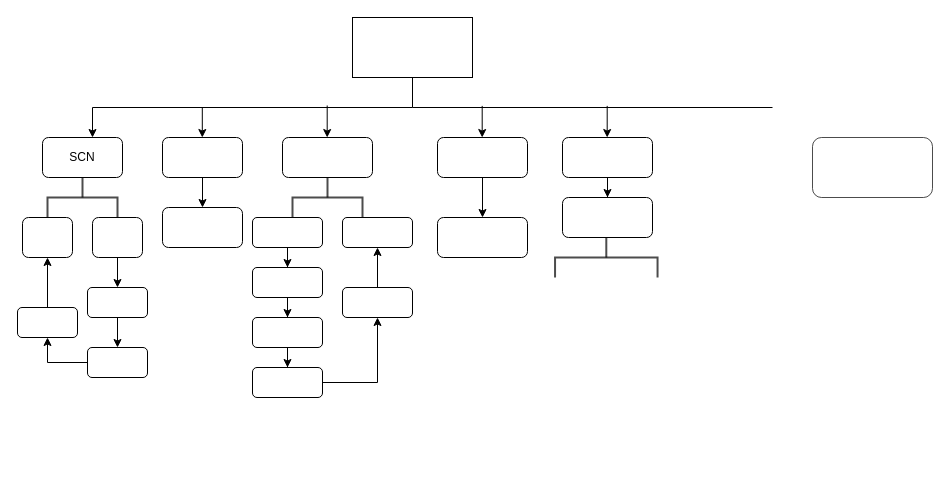
Earlier version of the draw.io diagram Untitled Diagram.drawio (Ericshiqing/Eric). Source tidied: cells renumbered, new cells numbered last; positions are measured from the earlier drawing's top-left corner, leaving out a move shared by most shapes. Both pictures are drawn from the tidied source at 100%, with x=0, y=0 at pixel (17, 17).
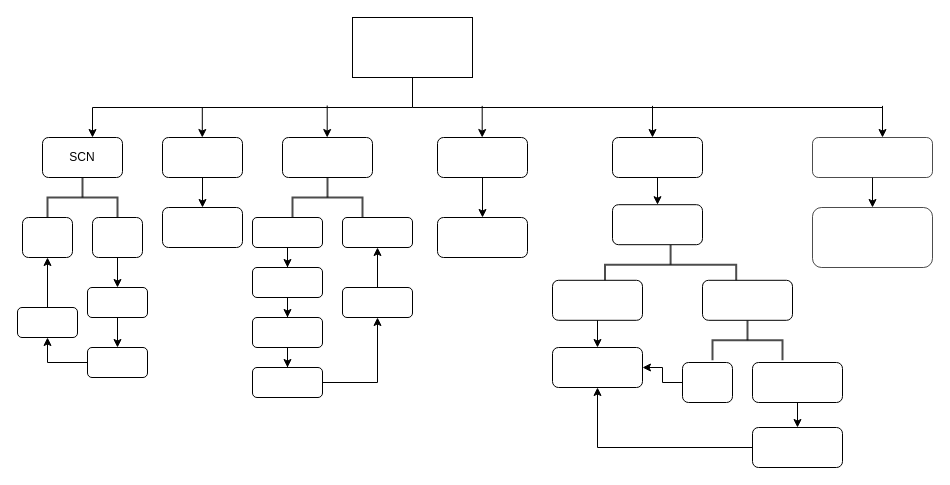
The same diagram, later.

Commit message (it also covers changes not shown here):
Cystic tumourd

What changed in the source:
```diff
@@
+    <mxCell id="49" style="edgeStyle=orthogonalEdgeStyle;rounded=0;jettySize=auto;html=1;" parent="1" edge="1" source="7" target="63">
+      <mxGeometry relative="1" as="geometry" />
+    </mxCell>
     <mxCell id="7" style="rounded=1;whiteSpace=wrap;html=1;opacity=70;" parent="1" vertex="1">
-      <mxGeometry x="795" y="120" width="120" height="60" as="geometry" />
+      <mxGeometry x="795" y="120" width="120" height="40" as="geometry" />
     </mxCell>
@@
     <mxCell id="13" style="rounded=1;whiteSpace=wrap;html=1;" parent="1" vertex="1">
-      <mxGeometry x="545" y="120" width="90" height="40" as="geometry" />
+      <mxGeometry x="595" y="120" width="90" height="40" as="geometry" />
     </mxCell>
@@
     <mxCell id="15" style="endArrow=none;html=1;" parent="1" edge="1">
       <mxGeometry relative="1" as="geometry">
         <mxPoint x="395" y="90" as="sourcePoint" />
-        <mxPoint x="755" y="90" as="targetPoint" />
+        <mxPoint x="865" y="90" as="targetPoint" />
       </mxGeometry>
     </mxCell>
     <mxCell id="16" style="endArrow=classic;html=1;" parent="1" edge="1">
       <mxGeometry relative="1" as="geometry">
-        <mxPoint x="589.7" y="88.4" as="sourcePoint" />
-        <mxPoint x="589.7" y="120" as="targetPoint" />
+        <mxPoint x="635" y="88.4" as="sourcePoint" />
+        <mxPoint x="635" y="120" as="targetPoint" />
       </mxGeometry>
     </mxCell>
@@
     <mxCell id="46" style="group;" parent="1" vertex="1">
-      <mxGeometry x="545" y="180" width="90" height="111.2" as="geometry" />
+      <mxGeometry x="595" y="187.2" width="140" height="155.6" as="geometry" />
     </mxCell>
     <mxCell id="47" style="strokeWidth=2;html=1;shape=mxgraph.flowchart.annotation_2;align=left;labelPosition=right;opacity=70;rotation=90;" parent="46" vertex="1">
-      <mxGeometry x="23.8" y="8.8" width="40" height="102.5" as="geometry" />
+      <mxGeometry x="38.1" y="-5.6" width="40" height="131.2" as="geometry" />
     </mxCell>
@@
+    <mxCell id="50" style="rounded=1;whiteSpace=wrap;html=1;" parent="46" vertex="1">
+      <mxGeometry x="-60" y="75.6" width="90" height="40" as="geometry" />
+    </mxCell>
+    <mxCell id="51" style="group;" parent="46" vertex="1">
+      <mxGeometry x="90" y="75.6" width="90" height="80" as="geometry" />
+    </mxCell>
+    <mxCell id="52" style="strokeWidth=2;html=1;shape=mxgraph.flowchart.annotation_2;align=left;labelPosition=right;opacity=70;rotation=90;" parent="51" vertex="1">
+      <mxGeometry x="25" y="25" width="40" height="70" as="geometry" />
+    </mxCell>
+    <mxCell id="53" style="rounded=1;whiteSpace=wrap;html=1;" parent="51" vertex="1">
+      <mxGeometry width="90" height="40" as="geometry" />
+    </mxCell>
+    <mxCell id="54" style="rounded=1;whiteSpace=wrap;html=1;" parent="1" vertex="1">
+      <mxGeometry x="535" y="330" width="90" height="40" as="geometry" />
+    </mxCell>
+    <mxCell id="55" style="edgeStyle=orthogonalEdgeStyle;rounded=0;jettySize=auto;html=1;" parent="1" edge="1" source="50" target="54">
+      <mxGeometry relative="1" as="geometry" />
+    </mxCell>
+    <mxCell id="56" style="edgeStyle=orthogonalEdgeStyle;rounded=0;jettySize=auto;html=1;" parent="1" edge="1" source="57" target="54">
+      <mxGeometry relative="1" as="geometry" />
+    </mxCell>
+    <mxCell id="57" style="rounded=1;whiteSpace=wrap;html=1;" parent="1" vertex="1">
+      <mxGeometry x="665" y="345" width="50" height="40" as="geometry" />
+    </mxCell>
+    <mxCell id="58" style="edgeStyle=orthogonalEdgeStyle;rounded=0;jettySize=auto;html=1;" parent="1" edge="1" source="59" target="61">
+      <mxGeometry relative="1" as="geometry" />
+    </mxCell>
+    <mxCell id="59" style="rounded=1;whiteSpace=wrap;html=1;" parent="1" vertex="1">
+      <mxGeometry x="735" y="345" width="90" height="40" as="geometry" />
+    </mxCell>
+    <mxCell id="60" style="edgeStyle=orthogonalEdgeStyle;rounded=0;jettySize=auto;html=1;entryX=0.5;entryY=1;entryDx=0;entryDy=0;" parent="1" edge="1" source="61" target="54">
+      <mxGeometry relative="1" as="geometry" />
+    </mxCell>
+    <mxCell id="61" style="rounded=1;whiteSpace=wrap;html=1;" parent="1" vertex="1">
+      <mxGeometry x="735" y="410" width="90" height="40" as="geometry" />
+    </mxCell>
+    <mxCell id="62" style="endArrow=classic;html=1;" parent="1" edge="1">
+      <mxGeometry relative="1" as="geometry">
+        <mxPoint x="865" y="88.4" as="sourcePoint" />
+        <mxPoint x="865" y="120" as="targetPoint" />
+      </mxGeometry>
+    </mxCell>
+    <mxCell id="63" style="rounded=1;whiteSpace=wrap;html=1;opacity=70;" parent="1" vertex="1">
+      <mxGeometry x="795" y="190" width="120" height="60" as="geometry" />
+    </mxCell>
```
